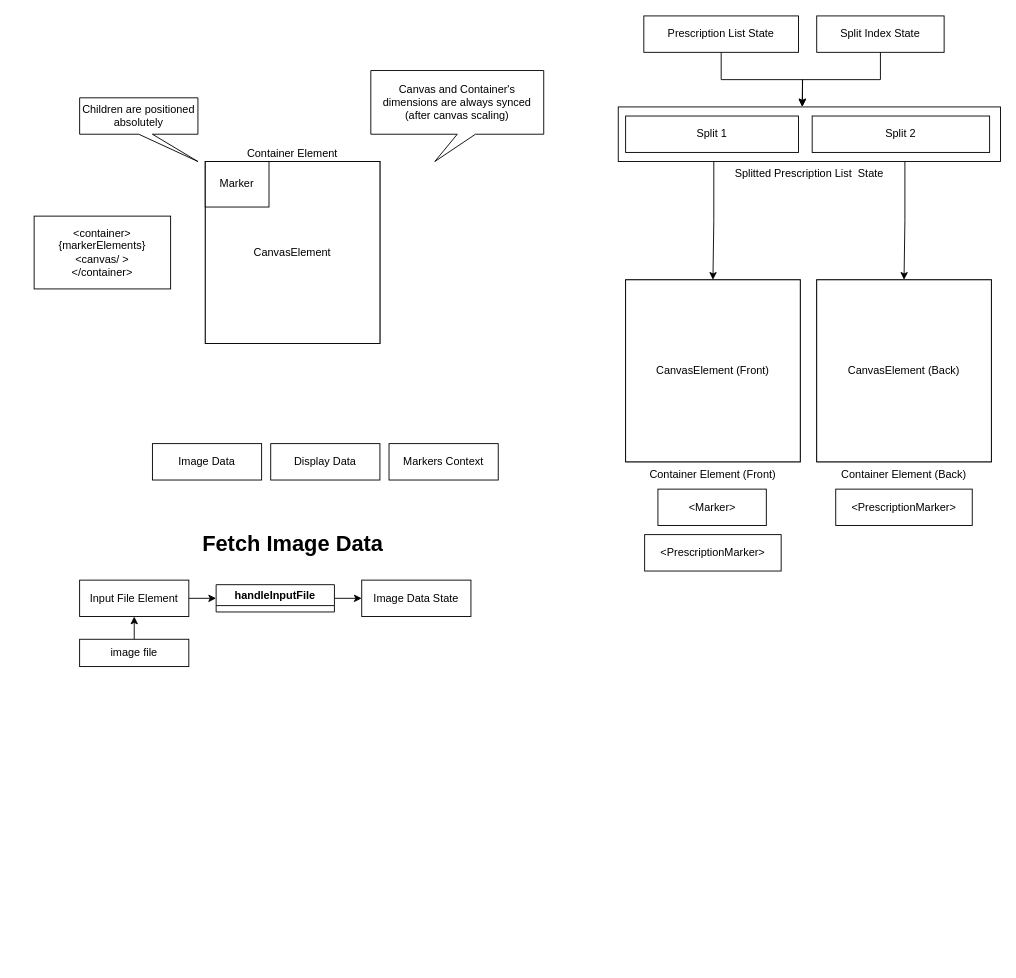
jogaleon/prescription-writing-react-ts keeps this draw.io diagram as page "Display" (3 of 9) of flowchart.drawio. Above is the earlier version. Source tidied: cells renumbered, new cells numbered last; positions are measured from the earlier drawing's top-left corner, leaving out a move shared by most shapes. Both pictures are drawn from the tidied source at 91%, with x=0, y=0 at pixel (34, 15).
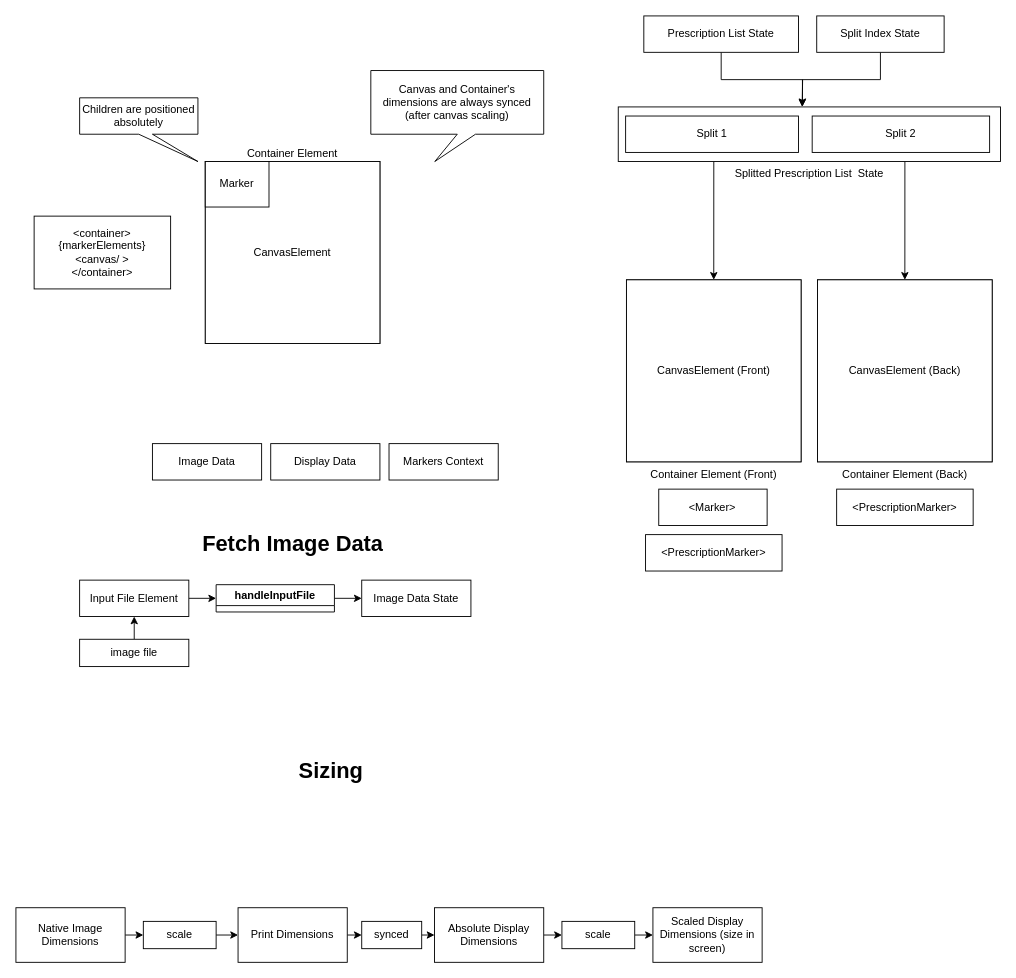
After the change.

Commit message (it also covers changes not shown here):
Added select elements for units & paper sizes; no logic yet. Worked on display. Display size is now 1:1 with print size.

The edit, as a diff of the source:
```diff
@@
     <mxCell id="22" value="&amp;lt;Marker&amp;gt;" style="rounded=0;whiteSpace=wrap;html=1;" parent="1" vertex="1">
-      <mxGeometry x="685.5" y="520" width="119.1" height="40" as="geometry" />
+      <mxGeometry x="686.4" y="520" width="119.1" height="40" as="geometry" />
     </mxCell>
     <mxCell id="23" value="&amp;lt;PrescriptionMarker&amp;gt;" style="rounded=0;whiteSpace=wrap;html=1;" parent="1" vertex="1">
-      <mxGeometry x="670.9" y="570" width="150" height="40" as="geometry" />
+      <mxGeometry x="671.9" y="570" width="150" height="40" as="geometry" />
     </mxCell>
     <mxCell id="24" value="&amp;lt;PrescriptionMarker&amp;gt;" style="rounded=0;whiteSpace=wrap;html=1;" parent="1" vertex="1">
-      <mxGeometry x="880.9" y="520" width="150" height="40" as="geometry" />
+      <mxGeometry x="881.9" y="520" width="150" height="40" as="geometry" />
     </mxCell>
@@
     <mxCell id="31" style="group;" parent="1" vertex="1">
-      <mxGeometry x="860" y="290" width="191.9" height="200" as="geometry" />
+      <mxGeometry x="860.9" y="290" width="191.9" height="200" as="geometry" />
     </mxCell>
@@
     <mxCell id="34" style="group;" parent="1" vertex="1">
-      <mxGeometry x="650" y="290" width="191.9" height="200" as="geometry" />
+      <mxGeometry x="650.9" y="290" width="191.9" height="200" as="geometry" />
     </mxCell>
@@
+    <mxCell id="37" value="&lt;h1&gt;Sizing&lt;/h1&gt;" style="text;html=1;strokeColor=none;fillColor=none;spacing=5;spacingTop=-20;whiteSpace=wrap;overflow=hidden;rounded=0;align=center;" parent="1" vertex="1">
+      <mxGeometry x="180" y="810" width="292.5" height="40" as="geometry" />
+    </mxCell>
+    <mxCell id="38" style="edgeStyle=orthogonalEdgeStyle;rounded=0;jettySize=auto;html=1;exitX=1;exitY=0.5;exitDx=0;exitDy=0;entryX=0;entryY=0.5;entryDx=0;entryDy=0;" parent="1" edge="1" source="39" target="46">
+      <mxGeometry relative="1" as="geometry" />
+    </mxCell>
+    <mxCell id="39" value="Native Image Dimensions" style="rounded=0;whiteSpace=wrap;html=1;" parent="1" vertex="1">
+      <mxGeometry x="-20" y="980" width="120" height="60" as="geometry" />
+    </mxCell>
+    <mxCell id="40" style="edgeStyle=orthogonalEdgeStyle;rounded=0;jettySize=auto;html=1;exitX=1;exitY=0.5;exitDx=0;exitDy=0;entryX=0;entryY=0.5;entryDx=0;entryDy=0;" parent="1" edge="1" source="41" target="48">
+      <mxGeometry relative="1" as="geometry" />
+    </mxCell>
+    <mxCell id="41" value="Print Dimensions" style="rounded=0;whiteSpace=wrap;html=1;" parent="1" vertex="1">
+      <mxGeometry x="224.1" y="980" width="120" height="60" as="geometry" />
+    </mxCell>
+    <mxCell id="42" style="edgeStyle=orthogonalEdgeStyle;rounded=0;jettySize=auto;html=1;exitX=1;exitY=0.5;exitDx=0;exitDy=0;entryX=0;entryY=0.5;entryDx=0;entryDy=0;" parent="1" edge="1" source="43" target="50">
+      <mxGeometry relative="1" as="geometry" />
+    </mxCell>
+    <mxCell id="43" value="Absolute Display Dimensions" style="rounded=0;whiteSpace=wrap;html=1;" parent="1" vertex="1">
+      <mxGeometry x="440" y="980" width="120" height="60" as="geometry" />
+    </mxCell>
+    <mxCell id="44" value="Scaled Display Dimensions (size in screen)" style="rounded=0;whiteSpace=wrap;html=1;" parent="1" vertex="1">
+      <mxGeometry x="680" y="980" width="120" height="60" as="geometry" />
+    </mxCell>
+    <mxCell id="45" style="edgeStyle=orthogonalEdgeStyle;rounded=0;jettySize=auto;html=1;exitX=1;exitY=0.5;exitDx=0;exitDy=0;entryX=0;entryY=0.5;entryDx=0;entryDy=0;" parent="1" edge="1" source="46" target="41">
+      <mxGeometry relative="1" as="geometry" />
+    </mxCell>
+    <mxCell id="46" value="scale" style="rounded=0;whiteSpace=wrap;html=1;" parent="1" vertex="1">
+      <mxGeometry x="120" y="995" width="80" height="30" as="geometry" />
+    </mxCell>
+    <mxCell id="47" style="edgeStyle=orthogonalEdgeStyle;rounded=0;jettySize=auto;html=1;exitX=1;exitY=0.5;exitDx=0;exitDy=0;entryX=0;entryY=0.5;entryDx=0;entryDy=0;" parent="1" edge="1" source="48" target="43">
+      <mxGeometry relative="1" as="geometry" />
+    </mxCell>
+    <mxCell id="48" value="synced" style="rounded=0;whiteSpace=wrap;html=1;" parent="1" vertex="1">
+      <mxGeometry x="360" y="995" width="65.9" height="30" as="geometry" />
+    </mxCell>
+    <mxCell id="49" style="edgeStyle=orthogonalEdgeStyle;rounded=0;jettySize=auto;html=1;exitX=1;exitY=0.5;exitDx=0;exitDy=0;entryX=0;entryY=0.5;entryDx=0;entryDy=0;" parent="1" edge="1" source="50" target="44">
+      <mxGeometry relative="1" as="geometry" />
+    </mxCell>
+    <mxCell id="50" value="scale" style="rounded=0;whiteSpace=wrap;html=1;" parent="1" vertex="1">
+      <mxGeometry x="580" y="995" width="80" height="30" as="geometry" />
+    </mxCell>
```
